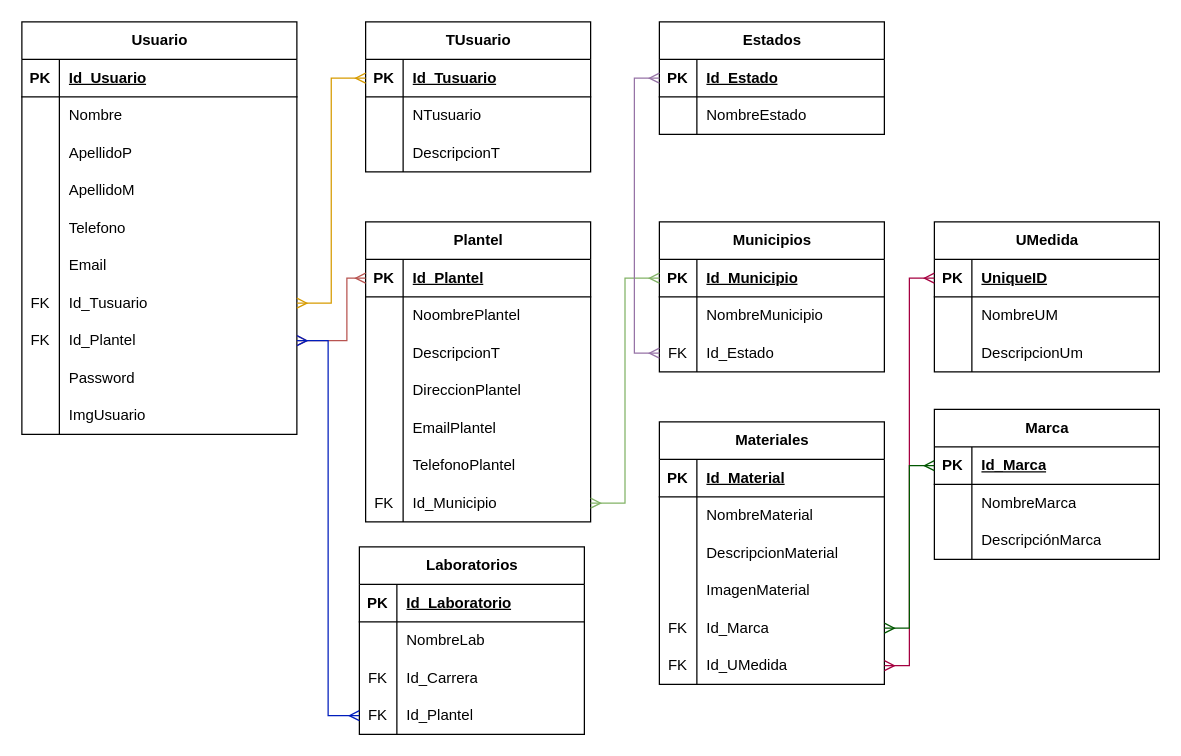
The draw.io diagram page "Modelo_Relacional" (3 of 3) of Diagrama sin título.drawio in JlchavezG/ContruccionBd, before the edit. Source tidied: cells renumbered, new cells numbered last; positions are measured from the earlier drawing's top-left corner, leaving out a move shared by most shapes. Both pictures are drawn from the tidied source at 125%, with x=0, y=0 at pixel (21, 21).
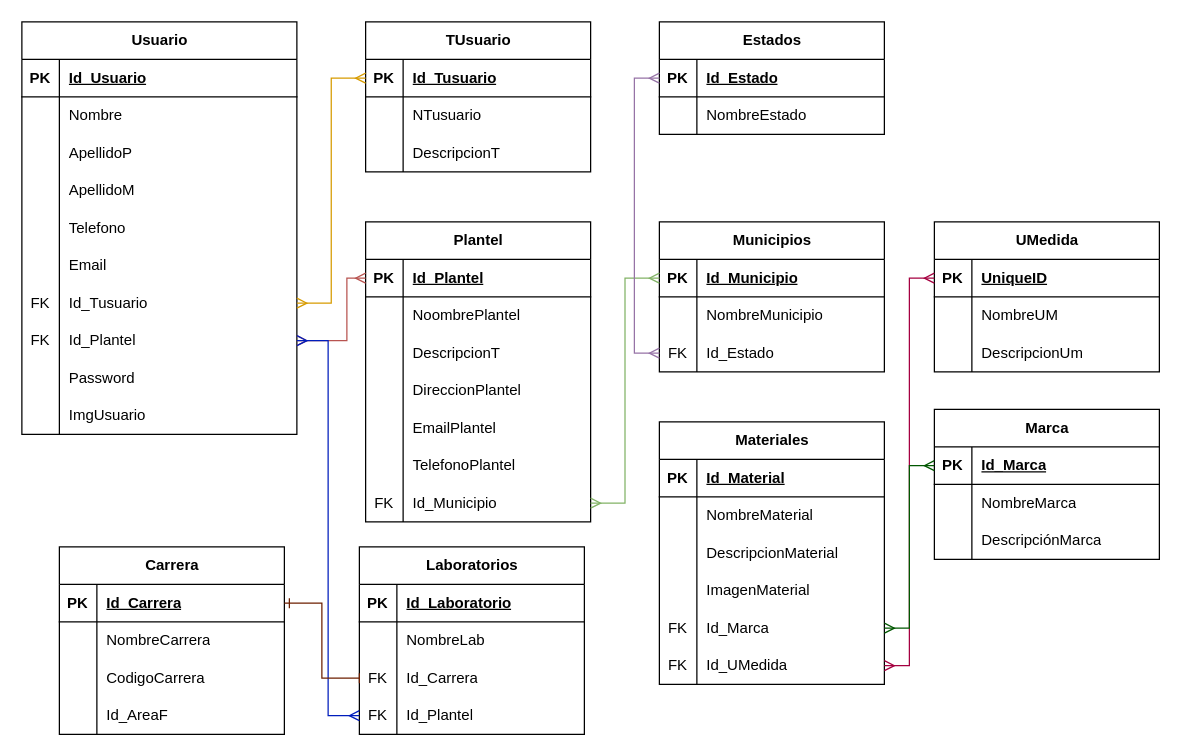
The same diagram, later.

Commit message:
Marca_carrera_laboratorios

Unchanged cells that the change refers to:
```xml
<mxCell id="93" style="shape=tableRow;horizontal=0;startSize=0;swimlaneHead=0;swimlaneBody=0;fillColor=none;points=[[0,0.5],[1,0.5]];portConstraint=eastwest;top=0;left=0;right=0;bottom=0;" parent="86" vertex="1">
  <mxGeometry y="90" width="180" height="30" as="geometry" />
</mxCell>
```

The edit, as a diff of the source:
```diff
@@
+    <mxCell id="141" value="Carrera" style="shape=table;startSize=30;childLayout=tableLayout;rowLines=0;fontStyle=1;align=center;html=1;" parent="1" vertex="1">
+      <mxGeometry x="30" y="420" width="180" height="150" as="geometry" />
+    </mxCell>
+    <mxCell id="142" style="shape=tableRow;horizontal=0;startSize=0;swimlaneHead=0;swimlaneBody=0;fillColor=none;points=[[0,0.5],[1,0.5]];portConstraint=eastwest;top=0;left=0;right=0;bottom=1;" parent="141" vertex="1">
+      <mxGeometry y="30" width="180" height="30" as="geometry" />
+    </mxCell>
+    <mxCell id="143" value="PK" style="shape=partialRectangle;fillColor=none;top=0;left=0;bottom=0;right=0;fontStyle=1;overflow=hidden;whiteSpace=wrap;html=1;" parent="142" vertex="1">
+      <mxGeometry width="30" height="30" as="geometry" />
+    </mxCell>
+    <mxCell id="144" value="Id_Carrera" style="shape=partialRectangle;fillColor=none;top=0;left=0;bottom=0;right=0;align=left;spacingLeft=6;fontStyle=5;overflow=hidden;whiteSpace=wrap;html=1;" parent="142" vertex="1">
+      <mxGeometry x="30" width="150" height="30" as="geometry" />
+    </mxCell>
+    <mxCell id="145" style="shape=tableRow;horizontal=0;startSize=0;swimlaneHead=0;swimlaneBody=0;fillColor=none;top=0;left=0;right=0;bottom=0;" parent="141" vertex="1">
+      <mxGeometry y="60" width="180" height="30" as="geometry" />
+    </mxCell>
+    <mxCell id="146" style="shape=partialRectangle;fillColor=none;top=0;left=0;bottom=0;right=0;overflow=hidden;whiteSpace=wrap;html=1;" parent="145" vertex="1">
+      <mxGeometry width="30" height="30" as="geometry" />
+    </mxCell>
+    <mxCell id="147" value="NombreCarrera" style="shape=partialRectangle;fillColor=none;top=0;left=0;bottom=0;right=0;align=left;spacingLeft=6;overflow=hidden;whiteSpace=wrap;html=1;" parent="145" vertex="1">
+      <mxGeometry x="30" width="150" height="30" as="geometry" />
+    </mxCell>
+    <mxCell id="148" style="shape=tableRow;horizontal=0;startSize=0;swimlaneHead=0;swimlaneBody=0;fillColor=none;top=0;left=0;right=0;bottom=0;" parent="141" vertex="1">
+      <mxGeometry y="90" width="180" height="30" as="geometry" />
+    </mxCell>
+    <mxCell id="149" style="shape=partialRectangle;fillColor=none;top=0;left=0;bottom=0;right=0;overflow=hidden;whiteSpace=wrap;html=1;" parent="148" vertex="1">
+      <mxGeometry width="30" height="30" as="geometry" />
+    </mxCell>
+    <mxCell id="150" value="CodigoCarrera" style="shape=partialRectangle;fillColor=none;top=0;left=0;bottom=0;right=0;align=left;spacingLeft=6;overflow=hidden;whiteSpace=wrap;html=1;" parent="148" vertex="1">
+      <mxGeometry x="30" width="150" height="30" as="geometry" />
+    </mxCell>
+    <mxCell id="151" style="shape=tableRow;horizontal=0;startSize=0;swimlaneHead=0;swimlaneBody=0;fillColor=none;top=0;left=0;right=0;bottom=0;" parent="141" vertex="1">
+      <mxGeometry y="120" width="180" height="30" as="geometry" />
+    </mxCell>
+    <mxCell id="152" style="shape=partialRectangle;fillColor=none;top=0;left=0;bottom=0;right=0;overflow=hidden;whiteSpace=wrap;html=1;" parent="151" vertex="1">
+      <mxGeometry width="30" height="30" as="geometry" />
+    </mxCell>
+    <mxCell id="153" value="Id_AreaF" style="shape=partialRectangle;fillColor=none;top=0;left=0;bottom=0;right=0;align=left;spacingLeft=6;overflow=hidden;whiteSpace=wrap;html=1;" parent="151" vertex="1">
+      <mxGeometry x="30" width="150" height="30" as="geometry" />
+    </mxCell>
+    <mxCell id="154" style="edgeStyle=orthogonalEdgeStyle;rounded=0;jettySize=auto;html=1;startArrow=ERone;startFill=0;endArrow=baseDash;endFill=0;fillColor=#a0522d;strokeColor=#6D1F00;" parent="1" edge="1" source="142" target="93">
+      <mxGeometry relative="1" as="geometry" />
+    </mxCell>
```
